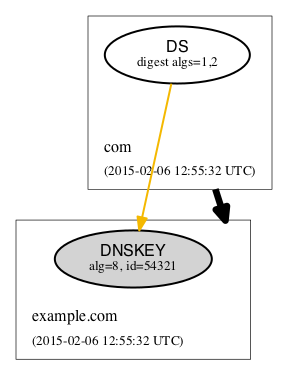
Above: doc/images/ds-unknown-alg.png in dnsviz/dnsviz (Graphviz), before the change. Its source is kept beside it as doc/dot/ds-unknown-alg.dot.
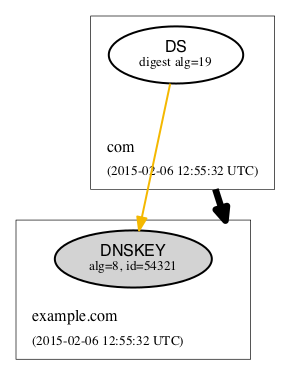
Later version of the same file.

Diff of the diagram source:
```diff
@@ -10,9 +10,9 @@
 				penwidth=0.5
 		];
 
-		"DS-1_2|example.com|8|54321|1_2" [color="#000000",
+		"DS-19|example.com|8|54321|19" [color="#000000",
 			fillcolor="#ffffff",
-			label=<<FONT POINT-SIZE="12" FACE="Helvetica">DS</FONT><BR/><FONT POINT-SIZE="10">digest algs=1,2</FONT>>,
+			label=<<FONT POINT-SIZE="12" FACE="Helvetica">DS</FONT><BR/><FONT POINT-SIZE="10">digest alg=19</FONT>>,
 			shape=ellipse,
 			style=filled];
 		"cluster_com_top" [shape=point, style=invis];
@@ -32,8 +32,8 @@
 		"cluster_example.com_top" [shape=point, style=invis];
 		"cluster_example.com_bottom" [shape=point, style=invis];
   }
-	"cluster_com_bottom" -> "DS-1_2|example.com|8|54321|1_2" [style=invis];
-	"DNSKEY-0|example.com|8|54321"-> "DS-1_2|example.com|8|54321|1_2" [style=solid,
+	"cluster_com_bottom" -> "DS-19|example.com|8|54321|19" [style=invis];
+	"DNSKEY-0|example.com|8|54321"-> "DS-19|example.com|8|54321|19" [style=solid,
 		color="#f4b800",
 		dir=back];
 	"cluster_example.com_top" -> cluster_com_bottom [color="#000000",
```
